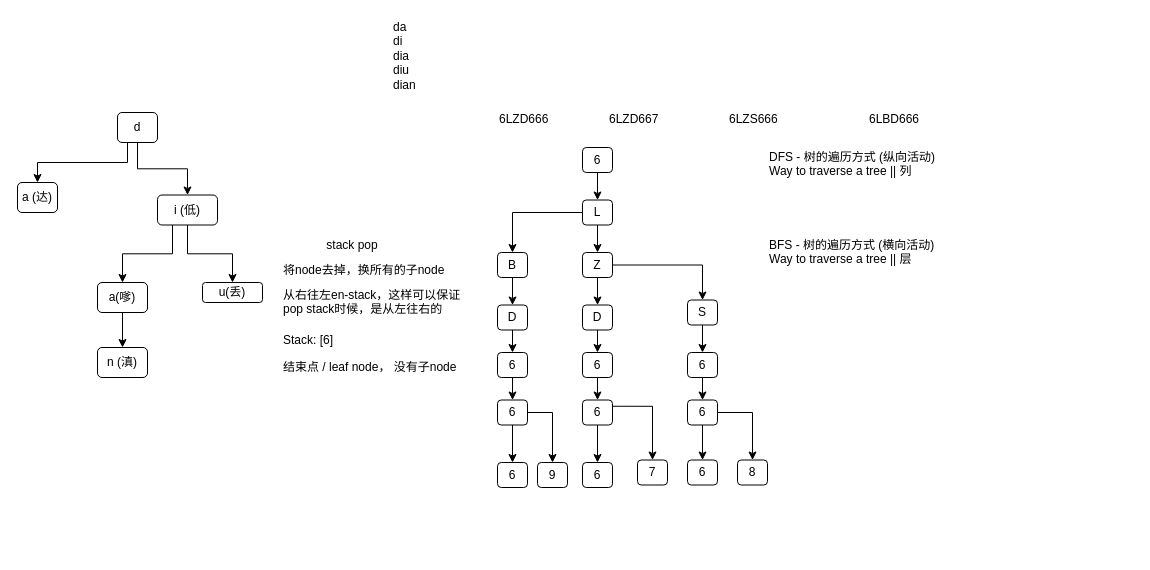
The draw.io diagram prefix_tree.drawio in zidianlyu/plate_license, before the edit. Source tidied: cells renumbered, new cells numbered last; positions are measured from the earlier drawing's top-left corner, leaving out a move shared by most shapes. Both pictures are drawn from the tidied source at 100%, with x=0, y=0 at pixel (17, 17).
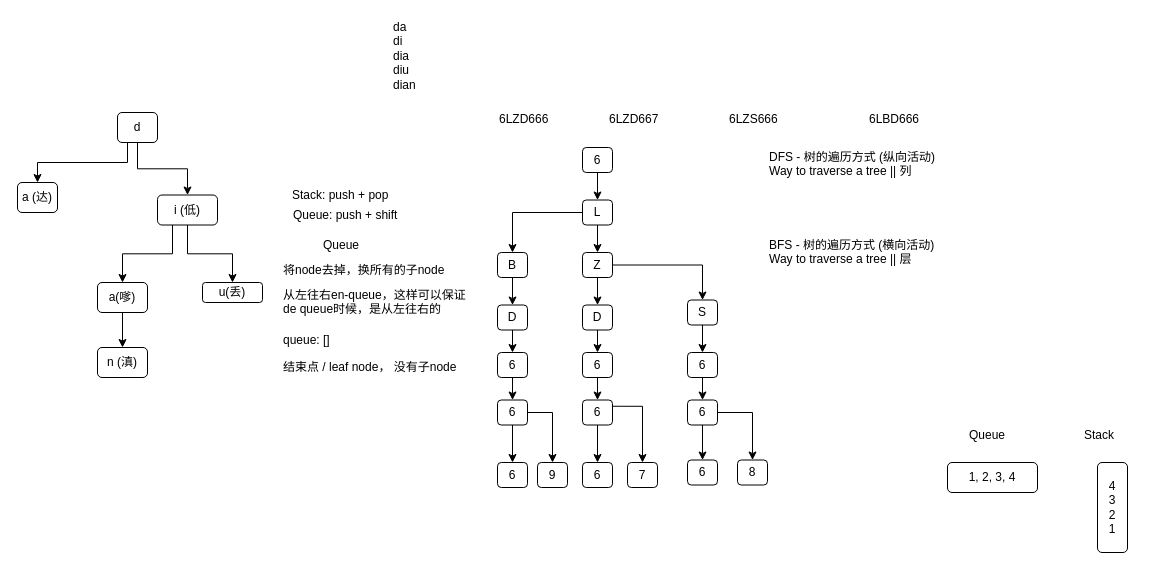
The same diagram, later.

Commit message (it also covers changes not shown here):
#11 search the license tree by BFS

What changed in the source:
```diff
@@
     <mxCell id="32" value="7" style="rounded=1;whiteSpace=wrap;html=1;" parent="1" vertex="1">
-      <mxGeometry x="620" y="442.5" width="30" height="25" as="geometry" />
+      <mxGeometry x="610" y="445" width="30" height="25" as="geometry" />
     </mxCell>
@@
-    <mxCell id="57" value="Stack: [6]" style="text;html=1;align=left;verticalAlign=top;spacingTop=-4;" parent="1" vertex="1">
-      <mxGeometry x="264" y="312.5" width="70" height="20" as="geometry" />
+    <mxCell id="57" value="queue: []" style="text;html=1;align=left;verticalAlign=top;spacingTop=-4;" parent="1" vertex="1">
+      <mxGeometry x="264" y="312.5" width="60" height="20" as="geometry" />
     </mxCell>
-    <mxCell id="58" value="&amp;nbsp;stack pop" style="text;html=1;align=left;verticalAlign=top;spacingTop=-4;" parent="1" vertex="1">
-      <mxGeometry x="304" y="217.5" width="70" height="20" as="geometry" />
+    <mxCell id="58" value="Queue" style="text;html=1;align=left;verticalAlign=top;spacingTop=-4;" parent="1" vertex="1">
+      <mxGeometry x="304" y="217.5" width="50" height="20" as="geometry" />
     </mxCell>
@@
-    <mxCell id="60" value="从右往左en-stack，这样可以保证&lt;br&gt;pop stack时候，是从左往右的" style="text;html=1;align=left;verticalAlign=top;spacingTop=-4;" parent="1" vertex="1">
-      <mxGeometry x="264" y="267.5" width="190" height="30" as="geometry" />
+    <mxCell id="60" value="从左往右en-queue，这样可以保证&lt;br&gt;de queue时候，是从左往右的" style="text;html=1;align=left;verticalAlign=top;spacingTop=-4;" parent="1" vertex="1">
+      <mxGeometry x="264" y="267.5" width="200" height="30" as="geometry" />
     </mxCell>
@@
+    <mxCell id="62" value="1, 2, 3, 4" style="rounded=1;whiteSpace=wrap;html=1;" parent="1" vertex="1">
+      <mxGeometry x="930" y="445" width="90" height="30" as="geometry" />
+    </mxCell>
+    <mxCell id="63" value="4&lt;br&gt;3&lt;br&gt;2&lt;br&gt;1" style="rounded=1;whiteSpace=wrap;html=1;" parent="1" vertex="1">
+      <mxGeometry x="1080" y="445" width="30" height="90" as="geometry" />
+    </mxCell>
+    <mxCell id="64" value="Queue" style="text;html=1;align=left;verticalAlign=top;spacingTop=-4;" parent="1" vertex="1">
+      <mxGeometry x="950" y="407.5" width="50" height="20" as="geometry" />
+    </mxCell>
+    <mxCell id="65" value="Stack" style="text;html=1;align=left;verticalAlign=top;spacingTop=-4;" parent="1" vertex="1">
+      <mxGeometry x="1065" y="407.5" width="50" height="20" as="geometry" />
+    </mxCell>
+    <mxCell id="66" value="Stack: push + pop" style="text;html=1;align=left;verticalAlign=top;spacingTop=-4;" parent="1" vertex="1">
+      <mxGeometry x="273" y="168" width="110" height="20" as="geometry" />
+    </mxCell>
+    <mxCell id="67" value="Queue: push + shift" style="text;html=1;align=left;verticalAlign=top;spacingTop=-4;" parent="1" vertex="1">
+      <mxGeometry x="274" y="188" width="120" height="20" as="geometry" />
+    </mxCell>
```
